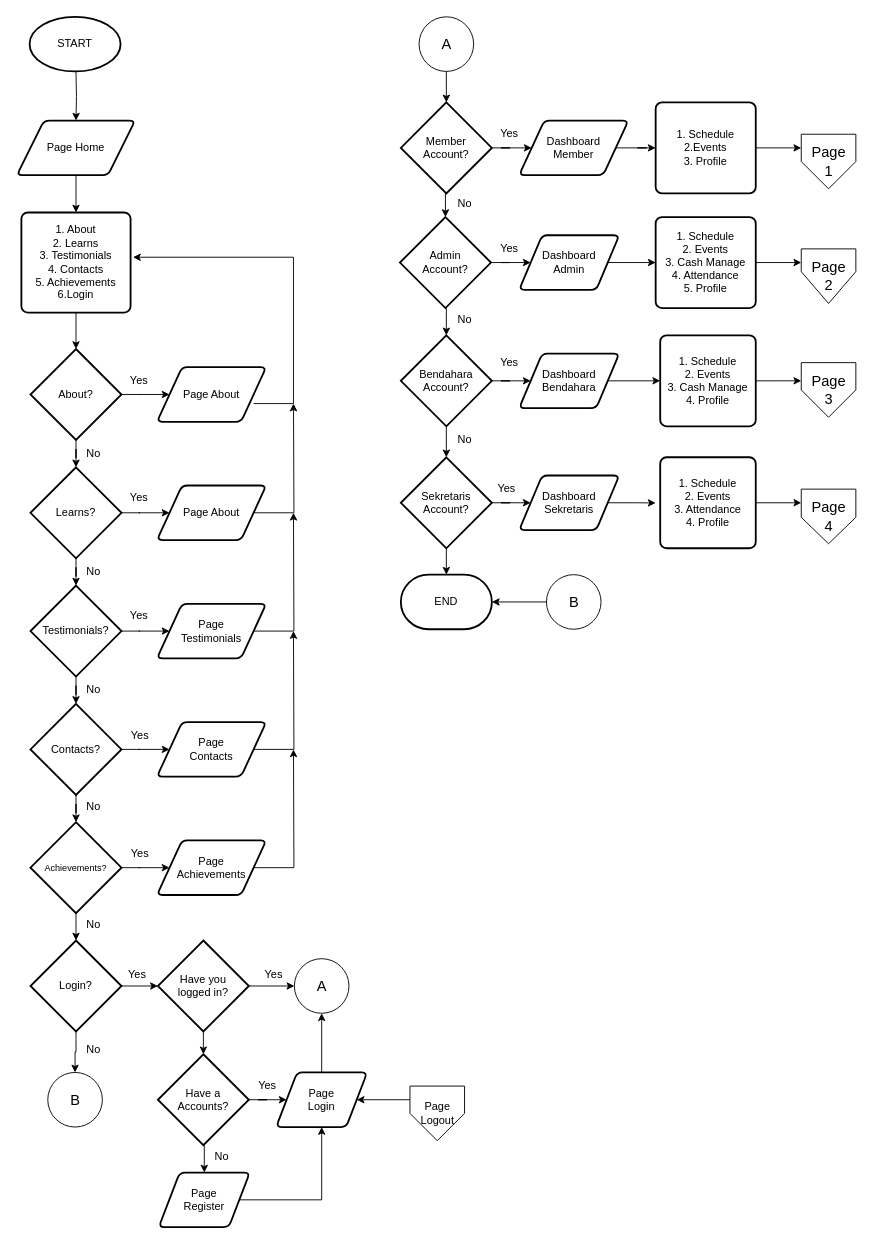
This is Syntax-Web.drawio from dapzz-id/DrawIO, a draw.io file, before an edit. Source tidied: cells renumbered, new cells numbered last; positions are measured from the earlier drawing's top-left corner, leaving out a move shared by most shapes. Both pictures are drawn from the tidied source at 91%, with x=0, y=0 at pixel (16, 16).
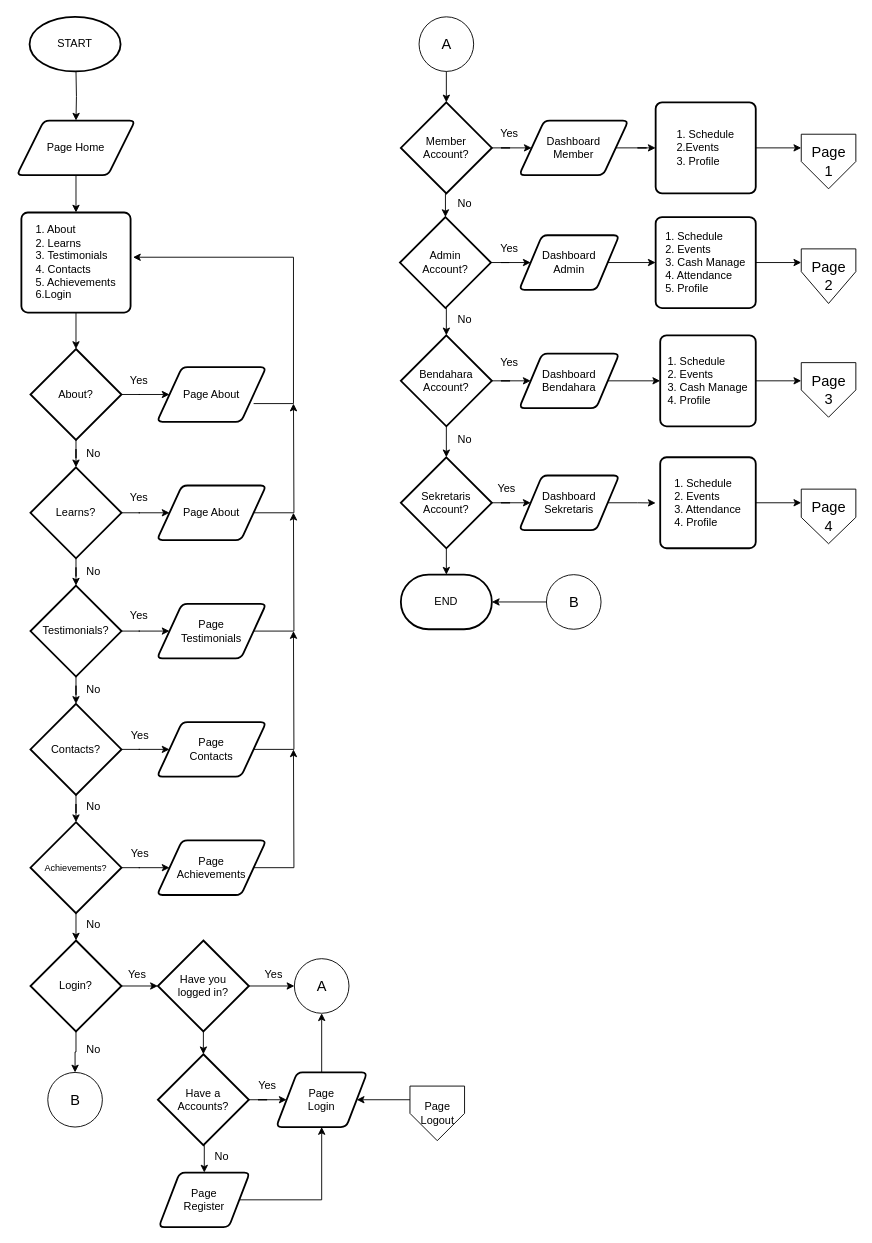
Above is the later version.

What changed in the source:
```diff
@@
-    <mxCell id="7" value="1. About&lt;div&gt;2. Learns&lt;/div&gt;&lt;div&gt;3. Testimonials&lt;/div&gt;&lt;div&gt;4. Contacts&lt;/div&gt;&lt;div&gt;5. Achievements&lt;/div&gt;&lt;div&gt;6.Login&lt;/div&gt;" style="rounded=1;whiteSpace=wrap;html=1;absoluteArcSize=1;arcSize=14;strokeWidth=2;labelBorderColor=none;" parent="1" vertex="1">
+    <mxCell id="7" value="&lt;div style=&quot;text-align: justify;&quot;&gt;&lt;span style=&quot;background-color: initial;&quot;&gt;1. About&lt;/span&gt;&lt;/div&gt;&lt;div style=&quot;text-align: justify;&quot;&gt;2. Learns&lt;/div&gt;&lt;div style=&quot;text-align: justify;&quot;&gt;3. Testimonials&lt;/div&gt;&lt;div style=&quot;text-align: justify;&quot;&gt;4. Contacts&lt;/div&gt;&lt;div style=&quot;text-align: justify;&quot;&gt;5. Achievements&lt;/div&gt;&lt;div style=&quot;text-align: justify;&quot;&gt;6.Login&lt;/div&gt;" style="rounded=1;whiteSpace=wrap;html=1;absoluteArcSize=1;arcSize=14;strokeWidth=2;labelBorderColor=none;" parent="1" vertex="1">
       <mxGeometry x="5" y="215" width="120" height="110" as="geometry" />
     </mxCell>
@@
-    <mxCell id="62" value="1. Schedule&lt;div&gt;2.Events&lt;/div&gt;&lt;div&gt;3. Profile&lt;/div&gt;" style="rounded=1;whiteSpace=wrap;html=1;absoluteArcSize=1;arcSize=14;strokeWidth=2;labelBorderColor=none;" parent="1" vertex="1">
+    <mxCell id="62" value="&lt;div style=&quot;text-align: justify;&quot;&gt;&lt;span style=&quot;background-color: initial;&quot;&gt;1. Schedule&lt;/span&gt;&lt;/div&gt;&lt;div style=&quot;text-align: justify;&quot;&gt;2.Events&lt;/div&gt;&lt;div style=&quot;text-align: justify;&quot;&gt;3. Profile&lt;/div&gt;" style="rounded=1;whiteSpace=wrap;html=1;absoluteArcSize=1;arcSize=14;strokeWidth=2;labelBorderColor=none;" parent="1" vertex="1">
       <mxGeometry x="702" y="94" width="110" height="100" as="geometry" />
     </mxCell>
@@
-    <mxCell id="71" value="1. Schedule&lt;div&gt;2. Events&lt;/div&gt;&lt;div&gt;3. Cash Manage&lt;/div&gt;&lt;div&gt;4. Attendance&lt;/div&gt;&lt;div&gt;5. Profile&lt;/div&gt;" style="rounded=1;whiteSpace=wrap;html=1;absoluteArcSize=1;arcSize=14;strokeWidth=2;labelBorderColor=none;" parent="1" vertex="1">
+    <mxCell id="71" value="&lt;div style=&quot;text-align: justify;&quot;&gt;&lt;span style=&quot;background-color: initial;&quot;&gt;1. Schedule&lt;/span&gt;&lt;/div&gt;&lt;div style=&quot;text-align: justify;&quot;&gt;2. Events&lt;/div&gt;&lt;div style=&quot;text-align: justify;&quot;&gt;3. Cash Manage&lt;/div&gt;&lt;div style=&quot;text-align: justify;&quot;&gt;4. Attendance&lt;/div&gt;&lt;div style=&quot;text-align: justify;&quot;&gt;5. Profile&lt;/div&gt;" style="rounded=1;whiteSpace=wrap;html=1;absoluteArcSize=1;arcSize=14;strokeWidth=2;labelBorderColor=none;" parent="1" vertex="1">
       <mxGeometry x="702" y="220" width="110" height="100" as="geometry" />
     </mxCell>
@@
-    <mxCell id="78" value="1. Schedule&lt;div&gt;2. Events&lt;/div&gt;&lt;div&gt;3. Cash Manage&lt;/div&gt;&lt;div&gt;4. Profile&lt;/div&gt;" style="rounded=1;whiteSpace=wrap;html=1;absoluteArcSize=1;arcSize=14;strokeWidth=2;labelBorderColor=none;" parent="1" vertex="1">
+    <mxCell id="78" value="&lt;div style=&quot;text-align: justify;&quot;&gt;&lt;span style=&quot;background-color: initial;&quot;&gt;1. Schedule&lt;/span&gt;&lt;/div&gt;&lt;div style=&quot;text-align: justify;&quot;&gt;2. Events&lt;/div&gt;&lt;div style=&quot;text-align: justify;&quot;&gt;3. Cash Manage&lt;/div&gt;&lt;div style=&quot;text-align: justify;&quot;&gt;4. Profile&lt;/div&gt;" style="rounded=1;whiteSpace=wrap;html=1;absoluteArcSize=1;arcSize=14;strokeWidth=2;labelBorderColor=none;" parent="1" vertex="1">
       <mxGeometry x="707" y="350" width="105" height="100" as="geometry" />
     </mxCell>
@@
-    <mxCell id="88" value="1. Schedule&lt;div&gt;2. Events&lt;/div&gt;&lt;div&gt;3. Attendance&lt;/div&gt;&lt;div&gt;4. Profile&lt;/div&gt;" style="rounded=1;whiteSpace=wrap;html=1;absoluteArcSize=1;arcSize=14;strokeWidth=2;labelBorderColor=none;" parent="1" vertex="1">
+    <mxCell id="88" value="&lt;div style=&quot;text-align: justify;&quot;&gt;&lt;span style=&quot;background-color: initial;&quot;&gt;1. Schedule&lt;/span&gt;&lt;/div&gt;&lt;div style=&quot;text-align: justify;&quot;&gt;2. Events&lt;/div&gt;&lt;div style=&quot;text-align: justify;&quot;&gt;3. Attendance&lt;/div&gt;&lt;div style=&quot;text-align: justify;&quot;&gt;4. Profile&lt;/div&gt;" style="rounded=1;whiteSpace=wrap;html=1;absoluteArcSize=1;arcSize=14;strokeWidth=2;labelBorderColor=none;" parent="1" vertex="1">
       <mxGeometry x="707" y="484" width="105" height="100" as="geometry" />
     </mxCell>
```
